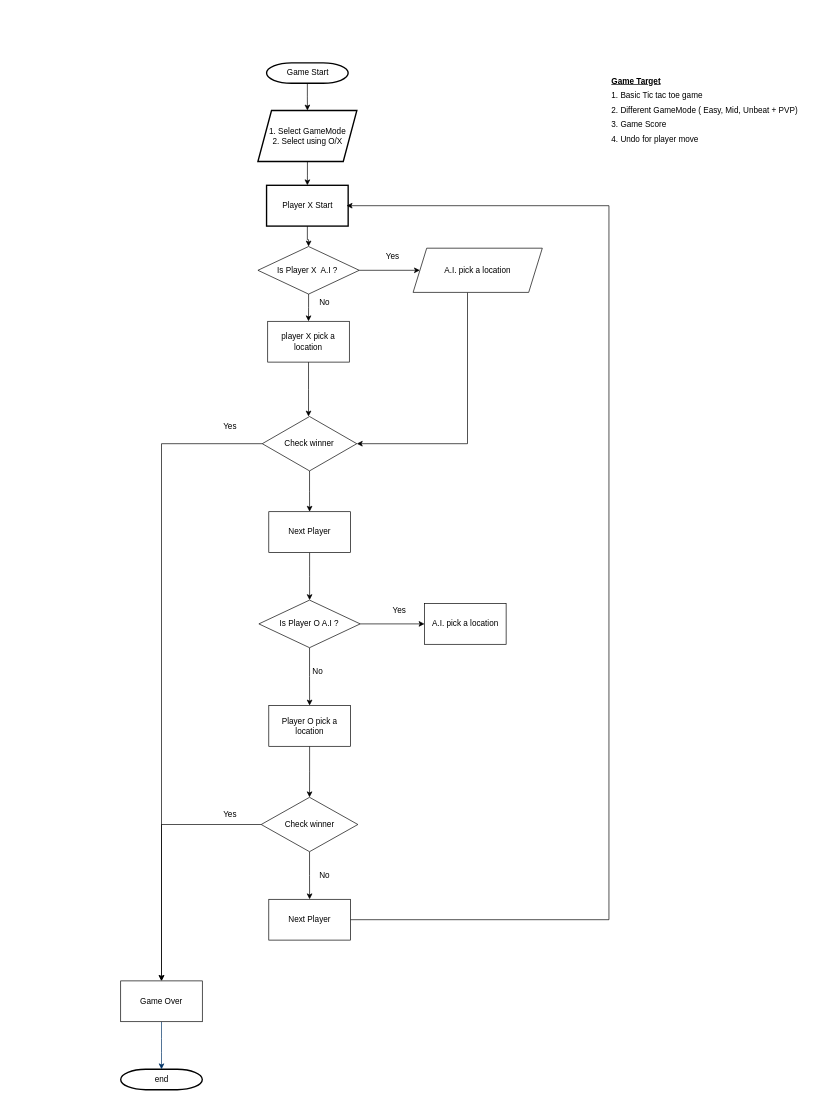
Before: public/Tic tac toe - React Game .drawio in clonglam/Tic-Tac-Toe, a draw.io diagram. Source tidied: cells renumbered, new cells numbered last; positions are measured from the earlier drawing's top-left corner, leaving out a move shared by most shapes. Both pictures are drawn from the tidied source at 68%, with x=0, y=0 at pixel (120, 63).
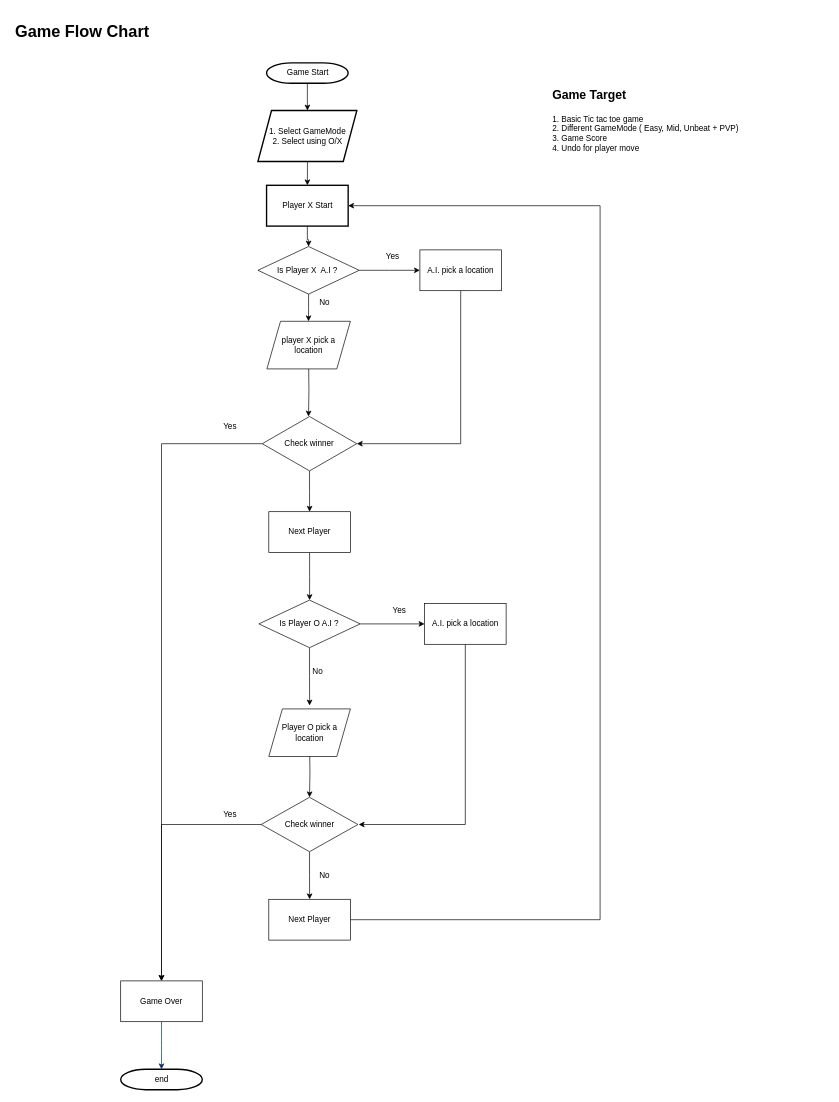
Above is the later version.

The change refers to these unchanged cells:
```xml
<mxCell id="9" value="Is Player X&amp;nbsp; A.I ?&amp;nbsp;" style="rhombus;whiteSpace=wrap;html=1;" parent="1" vertex="1">
  <mxGeometry x="201.8" y="270" width="149" height="70" as="geometry" />
</mxCell>
<mxCell id="13" value="Player X Start" style="whiteSpace=wrap;html=1;strokeWidth=2;gradientColor=none;gradientDirection=north;fontStyle=0;" parent="1" vertex="1">
  <mxGeometry x="214.5" y="180" width="120" height="60" as="geometry" />
</mxCell>
<mxCell id="20" value="Check winner" style="rhombus;whiteSpace=wrap;html=1;" parent="1" vertex="1">
  <mxGeometry x="208.2" y="520" width="139" height="80" as="geometry" />
</mxCell>
<mxCell id="27" value="Is Player O A.I ?" style="rhombus;whiteSpace=wrap;html=1;" parent="1" vertex="1">
  <mxGeometry x="203.2" y="790" width="149" height="70" as="geometry" />
</mxCell>
<mxCell id="30" value="A.I. pick a location" style="whiteSpace=wrap;html=1;" parent="1" vertex="1">
  <mxGeometry x="446.8" y="795" width="120" height="60" as="geometry" />
</mxCell>
<mxCell id="37" value="Check winner" style="rhombus;whiteSpace=wrap;html=1;" parent="1" vertex="1">
  <mxGeometry x="206.6" y="1080" width="142.2" height="80" as="geometry" />
</mxCell>
<mxCell id="39" value="Next Player" style="whiteSpace=wrap;html=1;" parent="1" vertex="1">
  <mxGeometry x="217.8" y="1230" width="120" height="60" as="geometry" />
</mxCell>
```

Diff of the diagram source:
```diff
@@
-    <mxCell id="6" value="&lt;p style=&quot;line-height: 180%;&quot;&gt;&lt;b&gt;&lt;u&gt;Game Target&lt;/u&gt;&lt;/b&gt;&lt;br&gt;1. Basic Tic tac toe game&lt;br&gt;2. Different GameMode ( Easy, Mid, Unbeat + PVP)&lt;br&gt;3. Game Score&lt;br&gt;4. Undo for player move&lt;/p&gt;" style="text;strokeColor=none;align=left;fillColor=none;html=1;verticalAlign=middle;whiteSpace=wrap;rounded=0;" parent="1" vertex="1">
-      <mxGeometry x="720" y="10" width="320" height="120" as="geometry" />
-    </mxCell>
-    <mxCell id="7" style="edgeStyle=orthogonalEdgeStyle;rounded=0;jettySize=auto;html=1;" parent="1" edge="1" source="9" target="15">
-      <mxGeometry relative="1" as="geometry" />
+    <mxCell id="7" style="edgeStyle=orthogonalEdgeStyle;rounded=0;jettySize=auto;html=1;" parent="1" edge="1" source="9">
+      <mxGeometry relative="1" as="geometry">
+        <mxPoint x="276.2" y="380" as="targetPoint" />
+      </mxGeometry>
     </mxCell>
-    <mxCell id="8" style="edgeStyle=orthogonalEdgeStyle;rounded=0;jettySize=auto;html=1;" parent="1" edge="1" source="9" target="17">
-      <mxGeometry relative="1" as="geometry" />
+    <mxCell id="8" style="edgeStyle=orthogonalEdgeStyle;rounded=0;jettySize=auto;html=1;" parent="1" edge="1" source="9">
+      <mxGeometry relative="1" as="geometry">
+        <mxPoint x="440" y="305" as="targetPoint" />
+      </mxGeometry>
     </mxCell>
@@
-    <mxCell id="14" style="edgeStyle=orthogonalEdgeStyle;rounded=0;jettySize=auto;html=1;" parent="1" edge="1" source="15">
+    <mxCell id="14" style="edgeStyle=orthogonalEdgeStyle;rounded=0;orthogonalLoop=1;jettySize=auto;html=1;" parent="1" edge="1">
       <mxGeometry relative="1" as="geometry">
+        <mxPoint x="276.3" y="440" as="sourcePoint" />
         <mxPoint x="276.2" y="520" as="targetPoint" />
       </mxGeometry>
     </mxCell>
-    <mxCell id="15" value="player X pick a location" style="whiteSpace=wrap;html=1;" parent="1" vertex="1">
-      <mxGeometry x="216.2" y="380" width="120" height="60" as="geometry" />
-    </mxCell>
-    <mxCell id="16" style="edgeStyle=orthogonalEdgeStyle;rounded=0;jettySize=auto;html=1;entryX=1;entryY=0.5;entryDx=0;entryDy=0;" parent="1" edge="1" source="17" target="20">
+    <mxCell id="16" style="edgeStyle=orthogonalEdgeStyle;rounded=0;jettySize=auto;html=1;entryX=1;entryY=0.5;entryDx=0;entryDy=0;" parent="1" edge="1" target="20">
       <mxGeometry relative="1" as="geometry">
+        <mxPoint x="510" y="333.8" as="sourcePoint" />
         <Array as="points">
-          <mxPoint x="510" y="560" />
+          <mxPoint x="500" y="334" />
+          <mxPoint x="500" y="560" />
         </Array>
       </mxGeometry>
     </mxCell>
-    <mxCell id="17" value="A.I. pick a location" style="shape=parallelogram;perimeter=parallelogramPerimeter;whiteSpace=wrap;html=1;fixedSize=1;" parent="1" vertex="1">
-      <mxGeometry x="430" y="272.5" width="190" height="65" as="geometry" />
-    </mxCell>
@@
-    <mxCell id="26" style="edgeStyle=orthogonalEdgeStyle;rounded=0;jettySize=auto;html=1;" parent="1" edge="1" source="27" target="33">
-      <mxGeometry relative="1" as="geometry" />
+    <mxCell id="26" style="edgeStyle=orthogonalEdgeStyle;rounded=0;jettySize=auto;html=1;" parent="1" edge="1" source="27">
+      <mxGeometry relative="1" as="geometry">
+        <mxPoint x="277.8" y="945" as="targetPoint" />
+      </mxGeometry>
     </mxCell>
@@
+    <mxCell id="42" style="edgeStyle=orthogonalEdgeStyle;rounded=0;jettySize=auto;html=1;exitX=0.5;exitY=1;exitDx=0;exitDy=0;" parent="1" edge="1" source="30">
+      <mxGeometry relative="1" as="geometry">
+        <mxPoint x="350" y="1120" as="targetPoint" />
+        <Array as="points">
+          <mxPoint x="507" y="1120" />
+        </Array>
+      </mxGeometry>
+    </mxCell>
@@
-    <mxCell id="32" style="edgeStyle=orthogonalEdgeStyle;rounded=0;jettySize=auto;html=1;" parent="1" edge="1" source="33" target="37">
-      <mxGeometry relative="1" as="geometry" />
+    <mxCell id="32" style="edgeStyle=orthogonalEdgeStyle;rounded=0;jettySize=auto;html=1;" parent="1" edge="1" target="37">
+      <mxGeometry relative="1" as="geometry">
+        <mxPoint x="277.8" y="1005" as="sourcePoint" />
+      </mxGeometry>
     </mxCell>
-    <mxCell id="33" value="Player O pick a location" style="whiteSpace=wrap;html=1;" parent="1" vertex="1">
-      <mxGeometry x="217.8" y="945" width="120" height="60" as="geometry" />
-    </mxCell>
@@
-    <mxCell id="38" style="edgeStyle=orthogonalEdgeStyle;rounded=0;jettySize=auto;html=1;exitX=1;exitY=0.5;exitDx=0;exitDy=0;entryX=1;entryY=0.25;entryDx=0;entryDy=0;" parent="1" edge="1" source="39">
+    <mxCell id="38" style="edgeStyle=orthogonalEdgeStyle;rounded=0;jettySize=auto;html=1;exitX=1;exitY=0.5;exitDx=0;exitDy=0;entryX=1;entryY=0.5;entryDx=0;entryDy=0;" parent="1" edge="1" source="39" target="13">
       <mxGeometry relative="1" as="geometry">
-        <mxPoint x="332.2" y="210" as="targetPoint" />
         <Array as="points">
-          <mxPoint x="718" y="1260" />
-          <mxPoint x="718" y="210" />
+          <mxPoint x="705" y="1260" />
+          <mxPoint x="705" y="210" />
         </Array>
       </mxGeometry>
     </mxCell>
@@
+    <mxCell id="6" value="&lt;h1&gt;&lt;font style=&quot;font-size: 18px;&quot;&gt;Game Target&lt;/font&gt;&lt;/h1&gt;&lt;p&gt;1. Basic Tic tac toe game&lt;br style=&quot;border-color: var(--border-color);&quot;&gt;2. Different GameMode ( Easy, Mid, Unbeat + PVP)&lt;br style=&quot;border-color: var(--border-color);&quot;&gt;3. Game Score&lt;br style=&quot;border-color: var(--border-color);&quot;&gt;4. Undo for player move&lt;br&gt;&lt;/p&gt;" style="text;html=1;strokeColor=none;fillColor=none;spacing=5;spacingTop=-20;whiteSpace=wrap;overflow=hidden;rounded=0;" parent="1" vertex="1">
+      <mxGeometry x="630" y="25" width="320" height="120" as="geometry" />
+    </mxCell>
+    <mxCell id="17" value="A.I. pick a location" style="rounded=0;whiteSpace=wrap;html=1;" parent="1" vertex="1">
+      <mxGeometry x="440" y="275" width="120" height="60" as="geometry" />
+    </mxCell>
+    <mxCell id="15" value="player X pick a location" style="shape=parallelogram;perimeter=parallelogramPerimeter;whiteSpace=wrap;html=1;fixedSize=1;" parent="1" vertex="1">
+      <mxGeometry x="215" y="380" width="122.8" height="70" as="geometry" />
+    </mxCell>
+    <mxCell id="33" value="Player O pick a location" style="shape=parallelogram;perimeter=parallelogramPerimeter;whiteSpace=wrap;html=1;fixedSize=1;" parent="1" vertex="1">
+      <mxGeometry x="217.8" y="950" width="120" height="70" as="geometry" />
+    </mxCell>
+    <mxCell id="43" value="&lt;h1&gt;Game Flow Chart&lt;/h1&gt;" style="text;html=1;strokeColor=none;fillColor=none;spacing=5;spacingTop=-20;whiteSpace=wrap;overflow=hidden;rounded=0;" parent="1" vertex="1">
+      <mxGeometry x="-160" y="-65" width="270" height="65" as="geometry" />
+    </mxCell>
```
